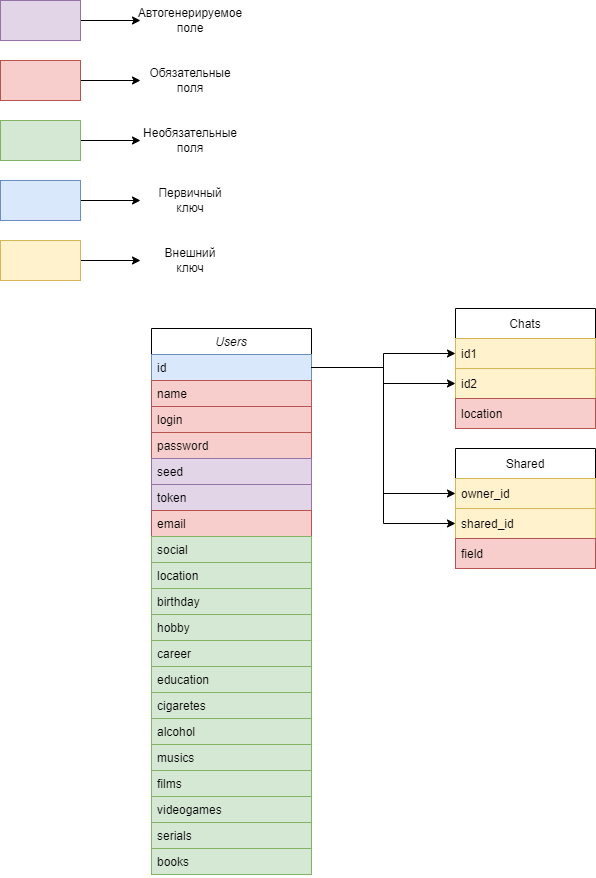
Morugar/say.u keeps this draw.io diagram as db_scheme.png. Above is the earlier version. Source tidied: cells renumbered, new cells last; positions are measured from the earlier drawing's top-left corner, leaving out a move shared by most shapes.
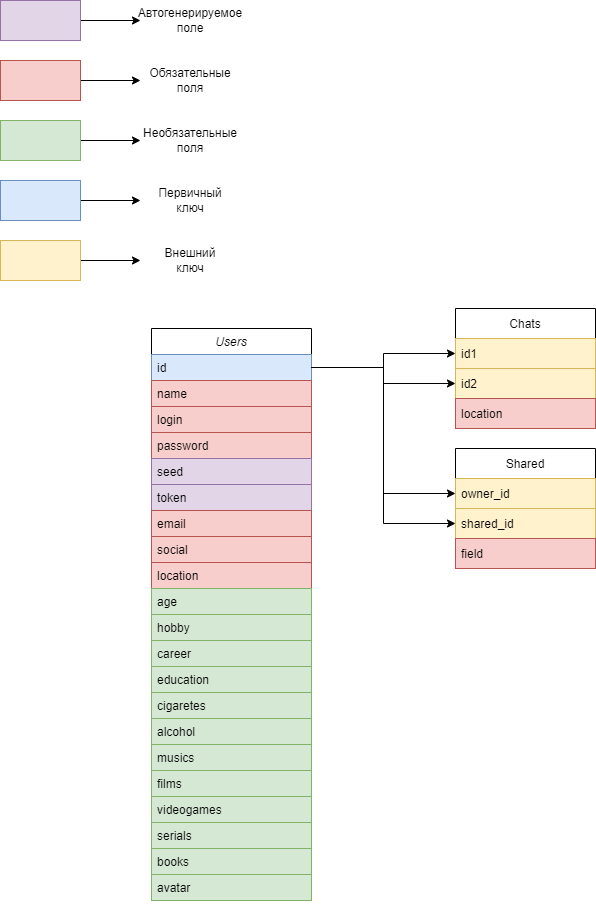
Later version of the same file.

Change to the diagram source:
```diff
@@ -3,7 +3,7 @@
     <mxCell id="0" />
     <mxCell id="1" parent="0" />
     <mxCell id="2" value="Users" style="swimlane;fontStyle=2;align=center;verticalAlign=top;horizontal=1;startSize=26;rounded=0;shadow=0;strokeWidth=1;" parent="1" vertex="1">
-      <mxGeometry x="151" y="328" width="160" height="546" as="geometry" />
+      <mxGeometry x="151" y="328" width="160" height="572" as="geometry" />
     </mxCell>
     <mxCell id="3" value="id" style="text;align=left;verticalAlign=top;spacingLeft=4;spacingRight=4;overflow=hidden;points=[[0,0.5],[1,0.5]];portConstraint=eastwest;fillColor=#dae8fc;strokeColor=#6c8ebf;" parent="2" vertex="1">
       <mxGeometry y="26" width="160" height="26" as="geometry" />
@@ -26,13 +26,13 @@
     <mxCell id="9" value="email" style="text;align=left;verticalAlign=top;spacingLeft=4;spacingRight=4;overflow=hidden;rounded=0;shadow=0;html=0;fillColor=#f8cecc;strokeColor=#b85450;" parent="2" vertex="1">
       <mxGeometry y="182" width="160" height="26" as="geometry" />
     </mxCell>
-    <mxCell id="10" value="social" style="text;align=left;verticalAlign=top;spacingLeft=4;spacingRight=4;overflow=hidden;rounded=0;shadow=0;html=0;fillColor=#d5e8d4;strokeColor=#82b366;" parent="2" vertex="1">
+    <mxCell id="10" value="social" style="text;align=left;verticalAlign=top;spacingLeft=4;spacingRight=4;overflow=hidden;rounded=0;shadow=0;html=0;fillColor=#f8cecc;strokeColor=#b85450;" parent="2" vertex="1">
       <mxGeometry y="208" width="160" height="26" as="geometry" />
     </mxCell>
-    <mxCell id="11" value="location" style="text;align=left;verticalAlign=top;spacingLeft=4;spacingRight=4;overflow=hidden;rounded=0;shadow=0;html=0;fillColor=#d5e8d4;strokeColor=#82b366;" parent="2" vertex="1">
+    <mxCell id="11" value="location" style="text;align=left;verticalAlign=top;spacingLeft=4;spacingRight=4;overflow=hidden;rounded=0;shadow=0;html=0;fillColor=#f8cecc;strokeColor=#b85450;" parent="2" vertex="1">
       <mxGeometry y="234" width="160" height="26" as="geometry" />
     </mxCell>
-    <mxCell id="12" value="birthday" style="text;align=left;verticalAlign=top;spacingLeft=4;spacingRight=4;overflow=hidden;rounded=0;shadow=0;html=0;fillColor=#d5e8d4;strokeColor=#82b366;" parent="2" vertex="1">
+    <mxCell id="12" value="age" style="text;align=left;verticalAlign=top;spacingLeft=4;spacingRight=4;overflow=hidden;rounded=0;shadow=0;html=0;fillColor=#d5e8d4;strokeColor=#82b366;" parent="2" vertex="1">
       <mxGeometry y="260" width="160" height="26" as="geometry" />
     </mxCell>
     <mxCell id="13" value="hobby" style="text;align=left;verticalAlign=top;spacingLeft=4;spacingRight=4;overflow=hidden;rounded=0;shadow=0;html=0;fillColor=#d5e8d4;strokeColor=#82b366;" parent="2" vertex="1">
@@ -65,6 +65,9 @@
     <mxCell id="22" value="books" style="text;align=left;verticalAlign=top;spacingLeft=4;spacingRight=4;overflow=hidden;rounded=0;shadow=0;html=0;fillColor=#d5e8d4;strokeColor=#82b366;" parent="2" vertex="1">
       <mxGeometry y="520" width="160" height="26" as="geometry" />
     </mxCell>
+    <mxCell id="50" value="avatar" style="text;align=left;verticalAlign=top;spacingLeft=4;spacingRight=4;overflow=hidden;rounded=0;shadow=0;html=0;fillColor=#d5e8d4;strokeColor=#82b366;" parent="2" vertex="1">
+      <mxGeometry y="546" width="160" height="26" as="geometry" />
+    </mxCell>
     <mxCell id="23" value="Chats" style="swimlane;fontStyle=0;horizontal=1;startSize=30;" parent="1" vertex="1">
       <mxGeometry x="455" y="308" width="140" height="120" as="geometry" />
     </mxCell>
```
